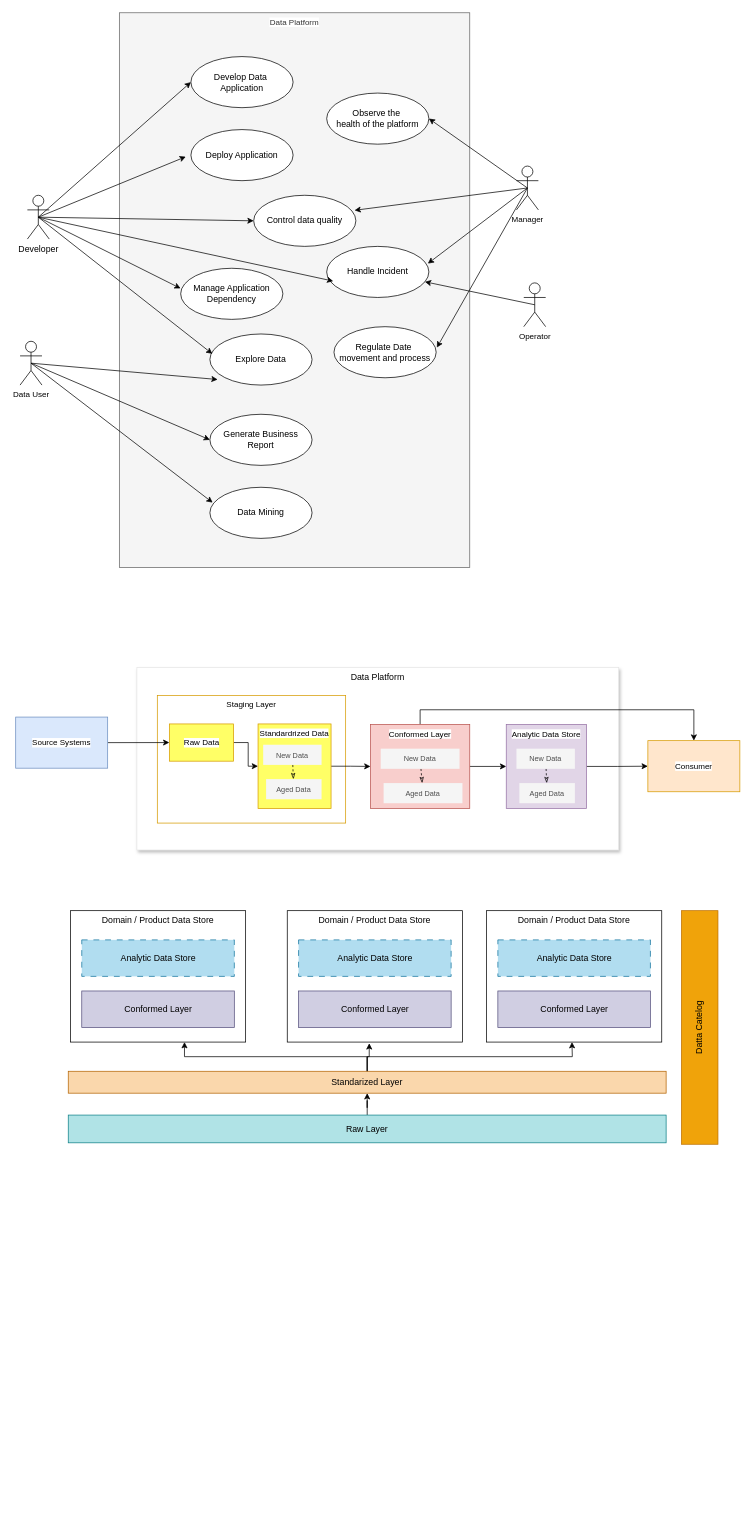
Above: BigDataPlatformDesign.drawio in rockysynergy/draws (draw.io), before the change. Source tidied: cells renumbered, new cells numbered last; positions are measured from the earlier drawing's top-left corner, leaving out a move shared by most shapes. Both pictures are drawn from the tidied source at 73%, with x=0, y=0 at pixel (15, 12).
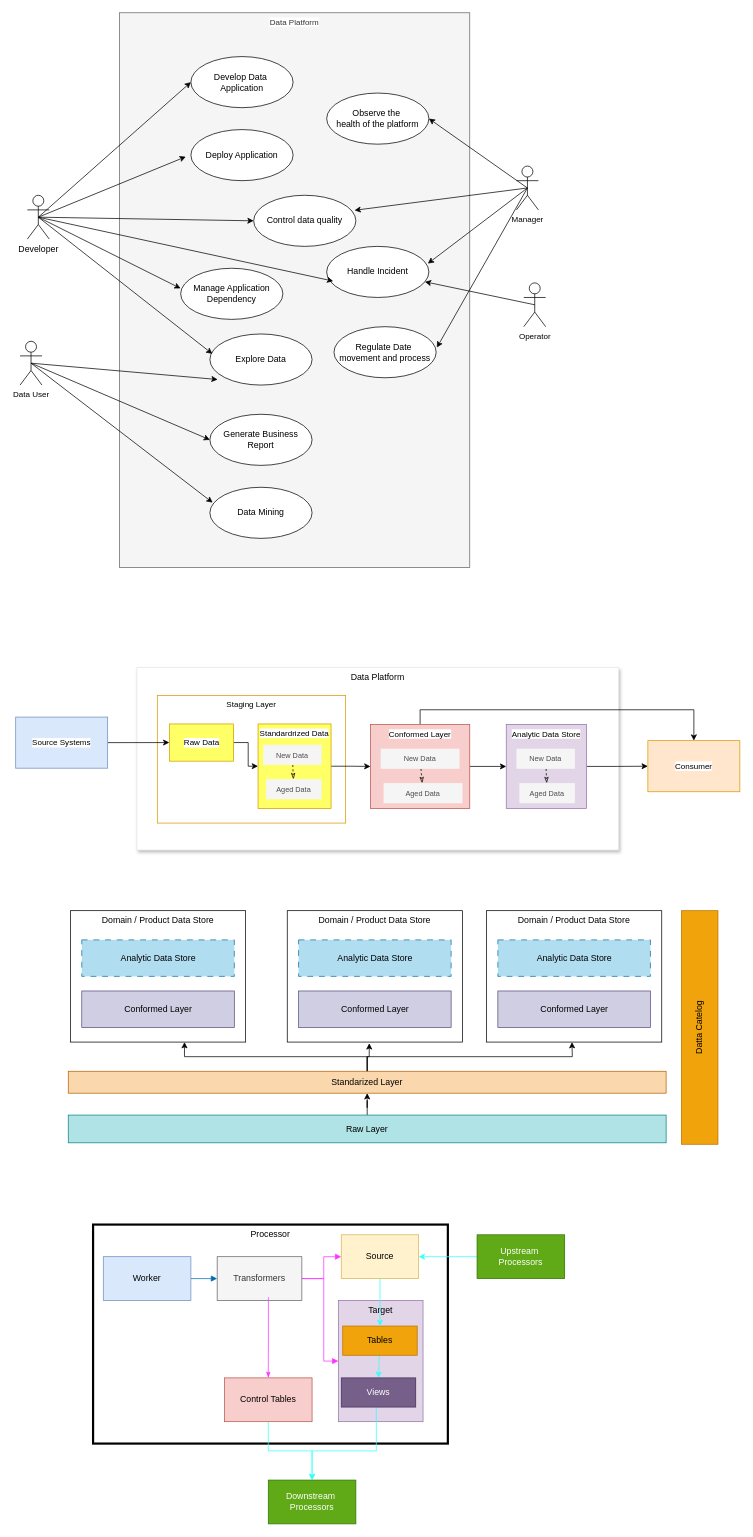
Above is the later version.

Diff of the diagram source:
```diff
@@
+    <mxCell id="73" value="Processor" style="rounded=0;whiteSpace=wrap;html=1;verticalAlign=top;fillColor=none;strokeWidth=3;" parent="1" vertex="1">
+      <mxGeometry x="106" y="1660" width="486" height="300" as="geometry" />
+    </mxCell>
@@
+    <mxCell id="74" style="edgeStyle=orthogonalEdgeStyle;rounded=0;jettySize=auto;html=1;exitX=1;exitY=0.5;exitDx=0;exitDy=0;entryX=0;entryY=0.5;entryDx=0;entryDy=0;strokeColor=#006EAF;endArrow=block;startFill=0;endFill=1;fillColor=#1ba1e2;" parent="1" edge="1" source="75" target="78">
+      <mxGeometry relative="1" as="geometry" />
+    </mxCell>
+    <mxCell id="75" value="Worker" style="rounded=0;whiteSpace=wrap;html=1;fillColor=#dae8fc;strokeColor=#6c8ebf;" parent="1" vertex="1">
+      <mxGeometry x="120" y="1704" width="120" height="60" as="geometry" />
+    </mxCell>
+    <mxCell id="76" style="rounded=0;jettySize=auto;html=1;exitX=1;exitY=0.5;exitDx=0;exitDy=0;entryX=0;entryY=0.5;entryDx=0;entryDy=0;strokeColor=#FF33FF;edgeStyle=orthogonalEdgeStyle;endArrow=block;startFill=0;endFill=1;" parent="1" edge="1" source="78" target="79">
+      <mxGeometry relative="1" as="geometry">
+        <Array as="points">
+          <mxPoint x="422" y="1734" />
+          <mxPoint x="422" y="1704" />
+        </Array>
+      </mxGeometry>
+    </mxCell>
+    <mxCell id="77" style="edgeStyle=orthogonalEdgeStyle;shape=connector;rounded=0;jettySize=auto;html=1;exitX=1;exitY=0.5;exitDx=0;exitDy=0;entryX=0;entryY=0.5;entryDx=0;entryDy=0;strokeColor=#FF33FF;align=center;verticalAlign=middle;fontFamily=Helvetica;fontSize=11;fontColor=default;labelBackgroundColor=default;endArrow=block;startFill=0;endFill=1;" parent="1" edge="1" source="78" target="81">
+      <mxGeometry relative="1" as="geometry">
+        <Array as="points">
+          <mxPoint x="422" y="1734" />
+          <mxPoint x="422" y="1847" />
+        </Array>
+      </mxGeometry>
+    </mxCell>
+    <mxCell id="78" value="Transformers" style="rounded=0;whiteSpace=wrap;html=1;fillColor=#f5f5f5;strokeColor=#666666;fontColor=#333333;" parent="1" vertex="1">
+      <mxGeometry x="276" y="1704" width="116" height="60" as="geometry" />
+    </mxCell>
+    <mxCell id="79" value="Source" style="rounded=0;whiteSpace=wrap;html=1;fillColor=#fff2cc;strokeColor=#d6b656;" parent="1" vertex="1">
+      <mxGeometry x="446" y="1674" width="106" height="60" as="geometry" />
+    </mxCell>
+    <mxCell id="80" style="edgeStyle=none;shape=connector;rounded=0;jettySize=auto;html=1;exitX=0.5;exitY=0;exitDx=0;exitDy=0;entryX=0.5;entryY=0;entryDx=0;entryDy=0;strokeColor=default;align=center;verticalAlign=middle;fontFamily=Helvetica;fontSize=11;fontColor=default;labelBackgroundColor=default;endArrow=classic;" parent="1" edge="1" source="81" target="83">
+      <mxGeometry relative="1" as="geometry" />
+    </mxCell>
+    <mxCell id="81" value="Target" style="rounded=0;whiteSpace=wrap;html=1;fillColor=#e1d5e7;strokeColor=#9673a6;verticalAlign=top;" parent="1" vertex="1">
+      <mxGeometry x="442" y="1764" width="116" height="166" as="geometry" />
+    </mxCell>
+    <mxCell id="82" style="edgeStyle=none;shape=connector;rounded=0;jettySize=auto;html=1;entryX=0.5;entryY=0;entryDx=0;entryDy=0;strokeColor=#33FFFF;align=center;verticalAlign=middle;fontFamily=Helvetica;fontSize=11;fontColor=default;labelBackgroundColor=default;endArrow=classic;" parent="1" edge="1" source="83" target="85">
+      <mxGeometry relative="1" as="geometry" />
+    </mxCell>
+    <mxCell id="83" value="Tables" style="rounded=0;whiteSpace=wrap;html=1;fillColor=#f0a30a;strokeColor=#BD7000;verticalAlign=middle;fontColor=#000000;" parent="1" vertex="1">
+      <mxGeometry x="448" y="1799" width="102" height="40" as="geometry" />
+    </mxCell>
+    <mxCell id="84" style="edgeStyle=orthogonalEdgeStyle;shape=connector;rounded=0;jettySize=auto;html=1;entryX=0.5;entryY=0;entryDx=0;entryDy=0;strokeColor=#33FFFF;align=center;verticalAlign=middle;fontFamily=Helvetica;fontSize=11;fontColor=default;labelBackgroundColor=default;endArrow=classic;" parent="1" edge="1" source="85" target="89">
+      <mxGeometry relative="1" as="geometry">
+        <Array as="points">
+          <mxPoint x="494" y="1970" />
+          <mxPoint x="406" y="1970" />
+        </Array>
+      </mxGeometry>
+    </mxCell>
+    <mxCell id="85" value="Views" style="rounded=0;whiteSpace=wrap;html=1;fillColor=#76608a;strokeColor=#432D57;verticalAlign=middle;fontColor=#ffffff;" parent="1" vertex="1">
+      <mxGeometry x="446" y="1870" width="102" height="40" as="geometry" />
+    </mxCell>
+    <mxCell id="86" style="edgeStyle=none;shape=connector;rounded=0;jettySize=auto;html=1;exitX=0.5;exitY=1;exitDx=0;exitDy=0;entryX=0.5;entryY=0;entryDx=0;entryDy=0;strokeColor=#33FFFF;align=center;verticalAlign=middle;fontFamily=Helvetica;fontSize=11;fontColor=default;labelBackgroundColor=default;endArrow=classic;" parent="1" edge="1" source="79" target="83">
+      <mxGeometry relative="1" as="geometry" />
+    </mxCell>
+    <mxCell id="87" style="edgeStyle=orthogonalEdgeStyle;shape=connector;rounded=0;jettySize=auto;html=1;exitX=0.5;exitY=1;exitDx=0;exitDy=0;entryX=0.5;entryY=0;entryDx=0;entryDy=0;strokeColor=#33FFFF;align=center;verticalAlign=middle;fontFamily=Helvetica;fontSize=11;fontColor=default;labelBackgroundColor=default;endArrow=classic;" parent="1" edge="1" source="88" target="89">
+      <mxGeometry relative="1" as="geometry" />
+    </mxCell>
+    <mxCell id="88" value="Control Tables" style="rounded=0;whiteSpace=wrap;html=1;fillColor=#f8cecc;strokeColor=#b85450;" parent="1" vertex="1">
+      <mxGeometry x="286" y="1870" width="120" height="60" as="geometry" />
+    </mxCell>
+    <mxCell id="89" value="Downstream&amp;nbsp;&lt;br&gt;Processors" style="rounded=0;whiteSpace=wrap;html=1;fillColor=#60a917;strokeColor=#2D7600;fontColor=#ffffff;" parent="1" vertex="1">
+      <mxGeometry x="346" y="2010" width="120" height="60" as="geometry" />
+    </mxCell>
+    <mxCell id="90" style="edgeStyle=orthogonalEdgeStyle;shape=connector;rounded=0;jettySize=auto;html=1;exitX=0.605;exitY=0.927;exitDx=0;exitDy=0;entryX=0.5;entryY=0;entryDx=0;entryDy=0;strokeColor=#FF33FF;align=center;verticalAlign=middle;fontFamily=Helvetica;fontSize=11;fontColor=default;labelBackgroundColor=default;endArrow=classicThin;startFill=0;exitPerimeter=0;endFill=1;" parent="1" edge="1" source="78" target="88">
+      <mxGeometry relative="1" as="geometry" />
+    </mxCell>
+    <mxCell id="91" style="edgeStyle=orthogonalEdgeStyle;shape=connector;rounded=0;jettySize=auto;html=1;entryX=1;entryY=0.5;entryDx=0;entryDy=0;strokeColor=#33FFFF;align=center;verticalAlign=middle;fontFamily=Helvetica;fontSize=11;fontColor=default;labelBackgroundColor=default;endArrow=classic;" parent="1" edge="1" source="92" target="79">
+      <mxGeometry relative="1" as="geometry" />
+    </mxCell>
+    <mxCell id="92" value="Upstream&amp;nbsp;&lt;br&gt;Processors" style="rounded=0;whiteSpace=wrap;html=1;fillColor=#60a917;strokeColor=#2D7600;fontColor=#ffffff;" parent="1" vertex="1">
+      <mxGeometry x="632" y="1674" width="120" height="60" as="geometry" />
+    </mxCell>
```
